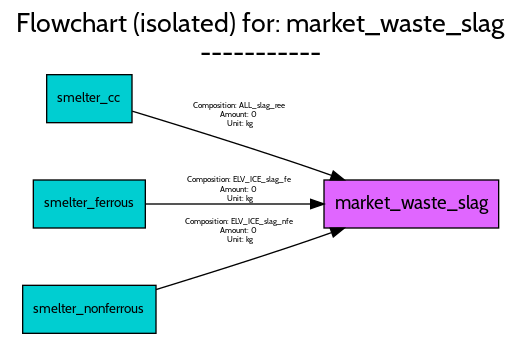
The Graphviz diagram src/examples/ELV/figures/flowcharts/processes/png/market_waste_slag.png in FutuRaM-Project/Recovery-Model, before a commit. Its source is kept beside it as src/examples/ELV/figures/flowcharts/processes/dot/market_waste_slag.dot.
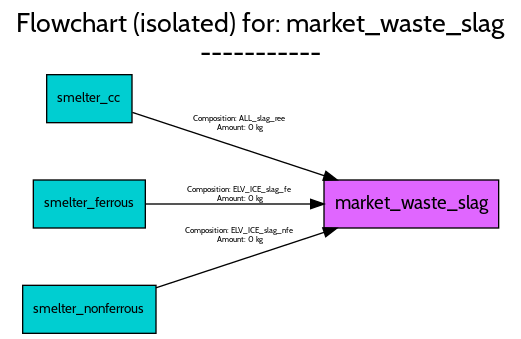
Later version of the same file.

Change to the diagram source:
```diff
@@ -35,10 +35,9 @@
 		fontname=Cabin,
 		fontsize=6,
 		label="Composition: ALL_slag_ree
-Amount: 0
-Unit: kg",
-		lp="176,163.5",
-		pos="e,254.22,115.05 95.18,166.62 126.18,157.2 175.04,142.09 217,128 225.98,124.98 235.45,121.7 244.69,118.43"];
+Amount: 0 kg",
+		lp="176,157",
+		pos="e,248.82,115.04 95.31,165.67 131.65,153.68 192.55,133.6 239.12,118.24"];
 	smelter_ferrous	[fillcolor=darkturquoise,
 		fontname=Cabin,
 		fontsize=10,
@@ -51,9 +50,8 @@
 		fontname=Cabin,
 		fontsize=6,
 		label="Composition: ELV_ICE_slag_fe
-Amount: 0
-Unit: kg",
-		lp="176,107.5",
+Amount: 0 kg",
+		lp="176,104",
 		pos="e,239,97 105.17,97 139.08,97 188.03,97 228.82,97"];
 	smelter_nonferrous	[fillcolor=darkturquoise,
 		fontname=Cabin,
@@ -67,8 +65,7 @@
 		fontname=Cabin,
 		fontsize=6,
 		label="Composition: ELV_ICE_slag_nfe
-Amount: 0
-Unit: kg",
-		lp="176,76.5",
-		pos="e,254.22,78.952 113.08,32.851 143.18,42.091 182.43,54.388 217,66 225.98,69.016 235.45,72.301 244.69,75.567"];
+Amount: 0 kg",
+		lp="176,73",
+		pos="e,248.67,78.913 113.04,34.177 149.46,46.188 199.46,62.68 239.09,75.753"];
 }
```
